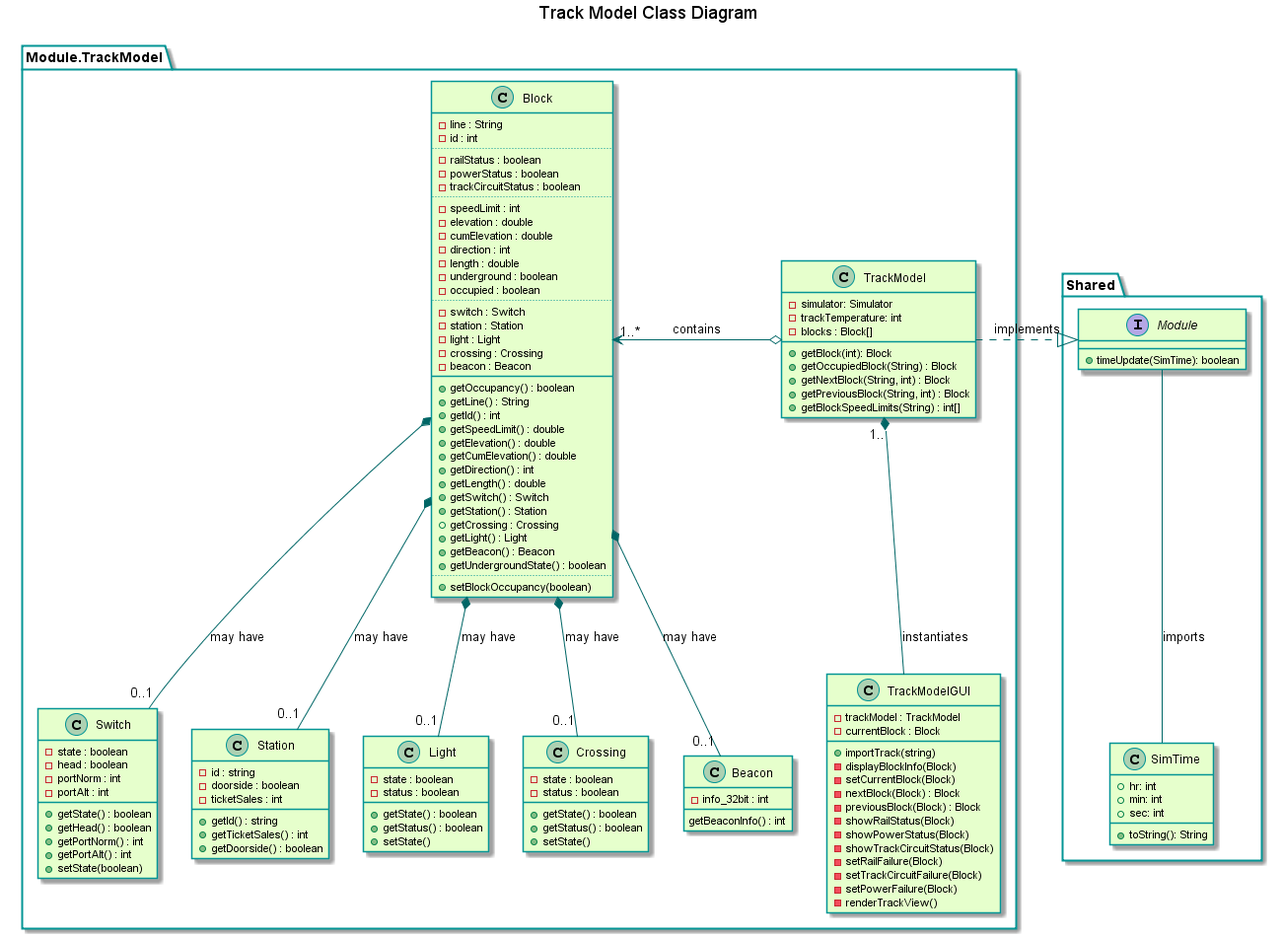
Before: TrainSystem/yUML/Class Diagrams/TrackModelClassDiagram.png, a diagram exported from PlantUML (kevingilboy/COE1186).
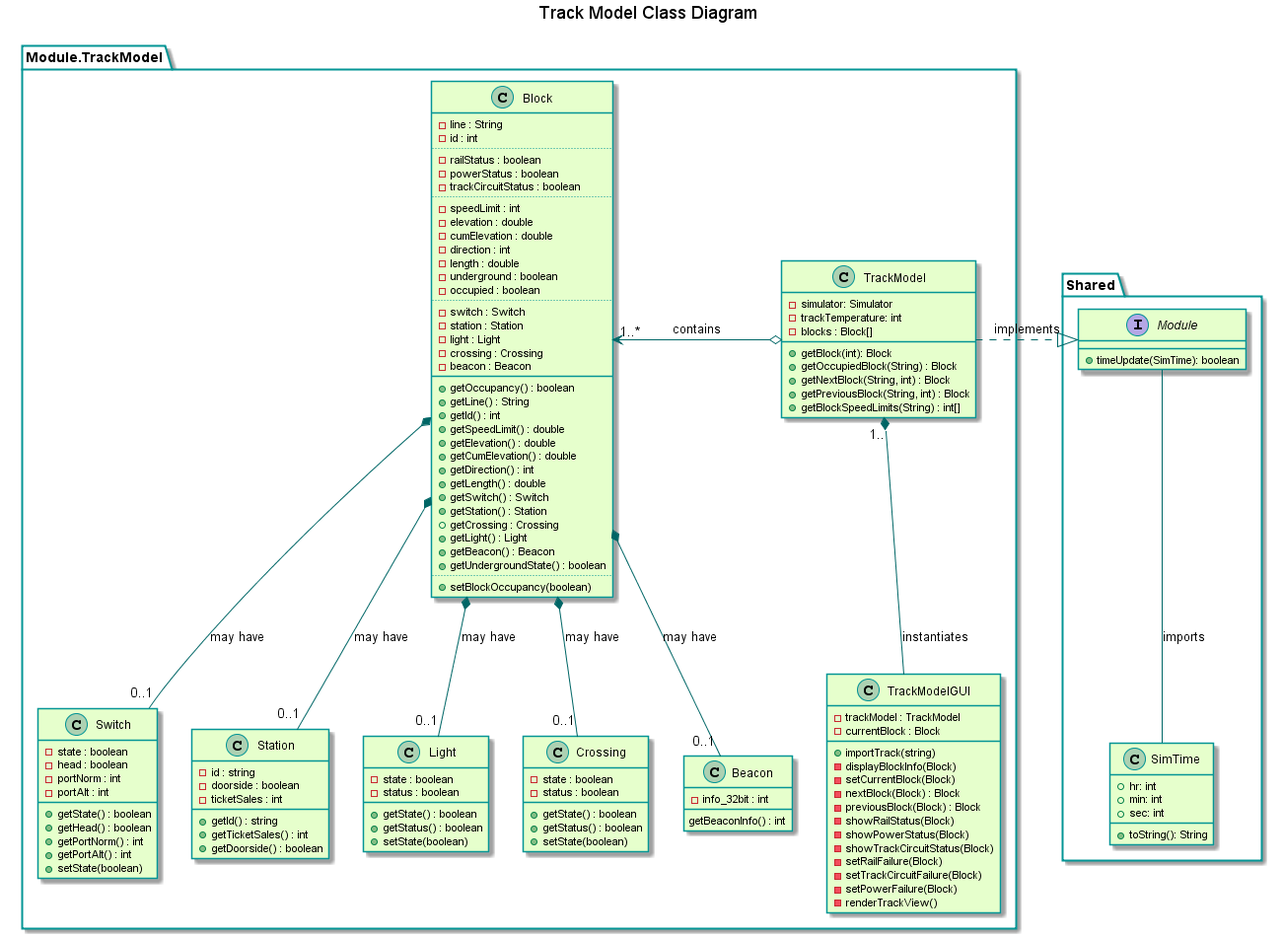
The same diagram one commit later.

Commit message:
updated Track Model class and use case diagrams

What changed in the source:
```diff
@@ -97,7 +97,7 @@
         -status : boolean
         +getState() : boolean
         +getStatus() : boolean
-        +setState()
+        +setState(boolean)
     }
 
     class Crossing{
@@ -105,7 +105,7 @@
         -status : boolean
         +getState() : boolean
         +getStatus() : boolean
-        +setState()
+        +setState(boolean)
     }
 
     class Beacon{
```
